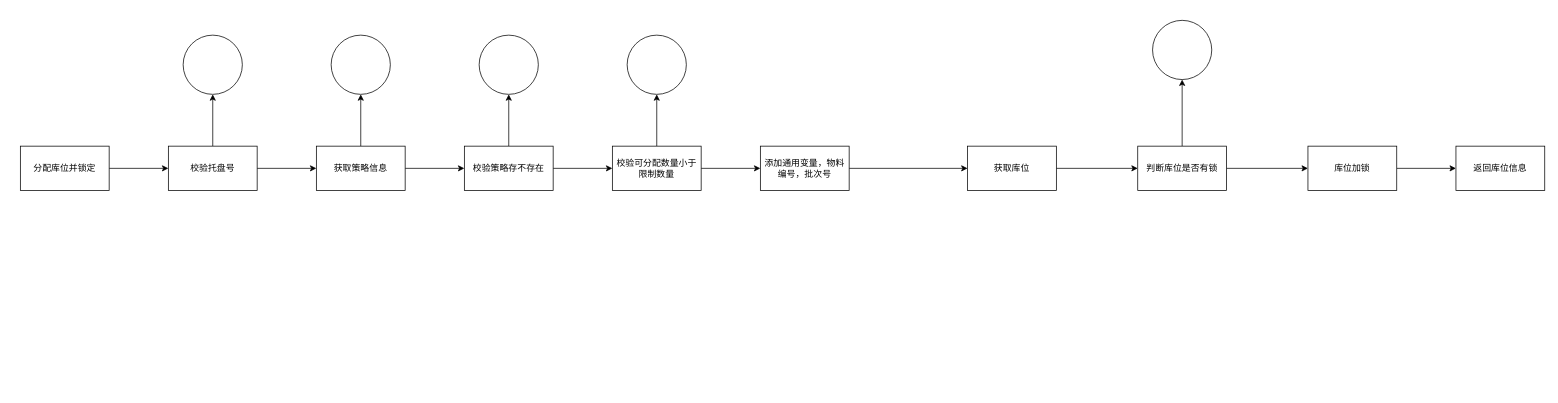
chenjunx/designpattern keeps this draw.io diagram as 未命名绘图.drawio. Above is the earlier version. Source tidied: cells renumbered, new cells numbered last; positions are measured from the earlier drawing's top-left corner, leaving out a move shared by most shapes. Both pictures are drawn from the tidied source at 74%, with x=0, y=0 at pixel (20, 20).
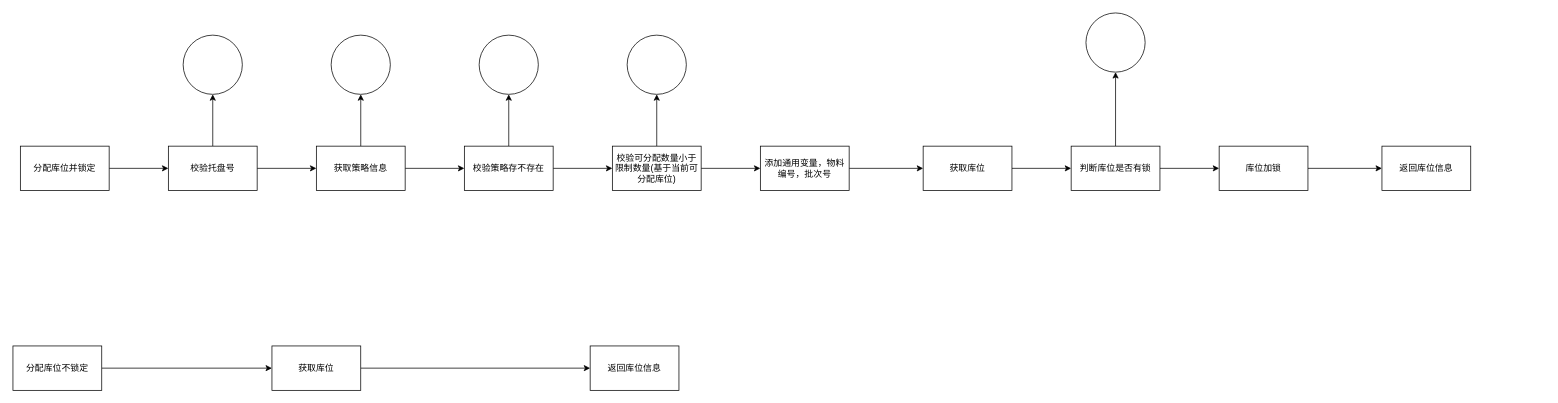
Above is the later version.

Diff of the diagram source:
```diff
@@
-    <mxCell id="15" value="校验可分配数量小于限制数量" style="whiteSpace=wrap;html=1;rounded=0;" parent="1" vertex="1">
+    <mxCell id="15" value="校验可分配数量小于限制数量(基于当前可分配库位)" style="whiteSpace=wrap;html=1;rounded=0;" parent="1" vertex="1">
       <mxGeometry x="800" y="170" width="120" height="60" as="geometry" />
     </mxCell>
@@
     <mxCell id="19" value="获取库位" style="whiteSpace=wrap;html=1;rounded=0;" parent="1" vertex="1">
-      <mxGeometry x="1280" y="170" width="120" height="60" as="geometry" />
+      <mxGeometry x="1220" y="170" width="120" height="60" as="geometry" />
     </mxCell>
@@
     <mxCell id="22" value="判断库位是否有锁" style="whiteSpace=wrap;html=1;rounded=0;" parent="1" vertex="1">
-      <mxGeometry x="1510" y="170" width="120" height="60" as="geometry" />
+      <mxGeometry x="1420" y="170" width="120" height="60" as="geometry" />
     </mxCell>
@@
     <mxCell id="24" value="库位加锁" style="whiteSpace=wrap;html=1;rounded=0;" parent="1" vertex="1">
-      <mxGeometry x="1740" y="170" width="120" height="60" as="geometry" />
+      <mxGeometry x="1620" y="170" width="120" height="60" as="geometry" />
     </mxCell>
     <mxCell id="25" style="ellipse;whiteSpace=wrap;html=1;rounded=0;" parent="1" vertex="1">
-      <mxGeometry x="1530" width="80" height="80" as="geometry" />
+      <mxGeometry x="1440" y="-10" width="80" height="80" as="geometry" />
     </mxCell>
     <mxCell id="26" value="返回库位信息" style="whiteSpace=wrap;html=1;rounded=0;" parent="1" vertex="1">
-      <mxGeometry x="1940" y="170" width="120" height="60" as="geometry" />
+      <mxGeometry x="1840" y="170" width="120" height="60" as="geometry" />
     </mxCell>
@@
+    <mxCell id="31" style="edgeStyle=orthogonalEdgeStyle;rounded=0;jettySize=auto;html=1;entryX=0;entryY=0.5;entryDx=0;entryDy=0;" parent="1" edge="1" source="32" target="34">
+      <mxGeometry relative="1" as="geometry" />
+    </mxCell>
+    <mxCell id="32" value="分配库位不锁定" style="rounded=0;whiteSpace=wrap;html=1;" parent="1" vertex="1">
+      <mxGeometry x="-10" y="440" width="120" height="60" as="geometry" />
+    </mxCell>
+    <mxCell id="33" style="edgeStyle=orthogonalEdgeStyle;rounded=0;jettySize=auto;html=1;" parent="1" edge="1" source="34" target="35">
+      <mxGeometry relative="1" as="geometry" />
+    </mxCell>
+    <mxCell id="34" value="获取库位" style="whiteSpace=wrap;html=1;rounded=0;" parent="1" vertex="1">
+      <mxGeometry x="340" y="440" width="120" height="60" as="geometry" />
+    </mxCell>
+    <mxCell id="35" value="返回库位信息" style="whiteSpace=wrap;html=1;rounded=0;" parent="1" vertex="1">
+      <mxGeometry x="770" y="440" width="120" height="60" as="geometry" />
+    </mxCell>
```
